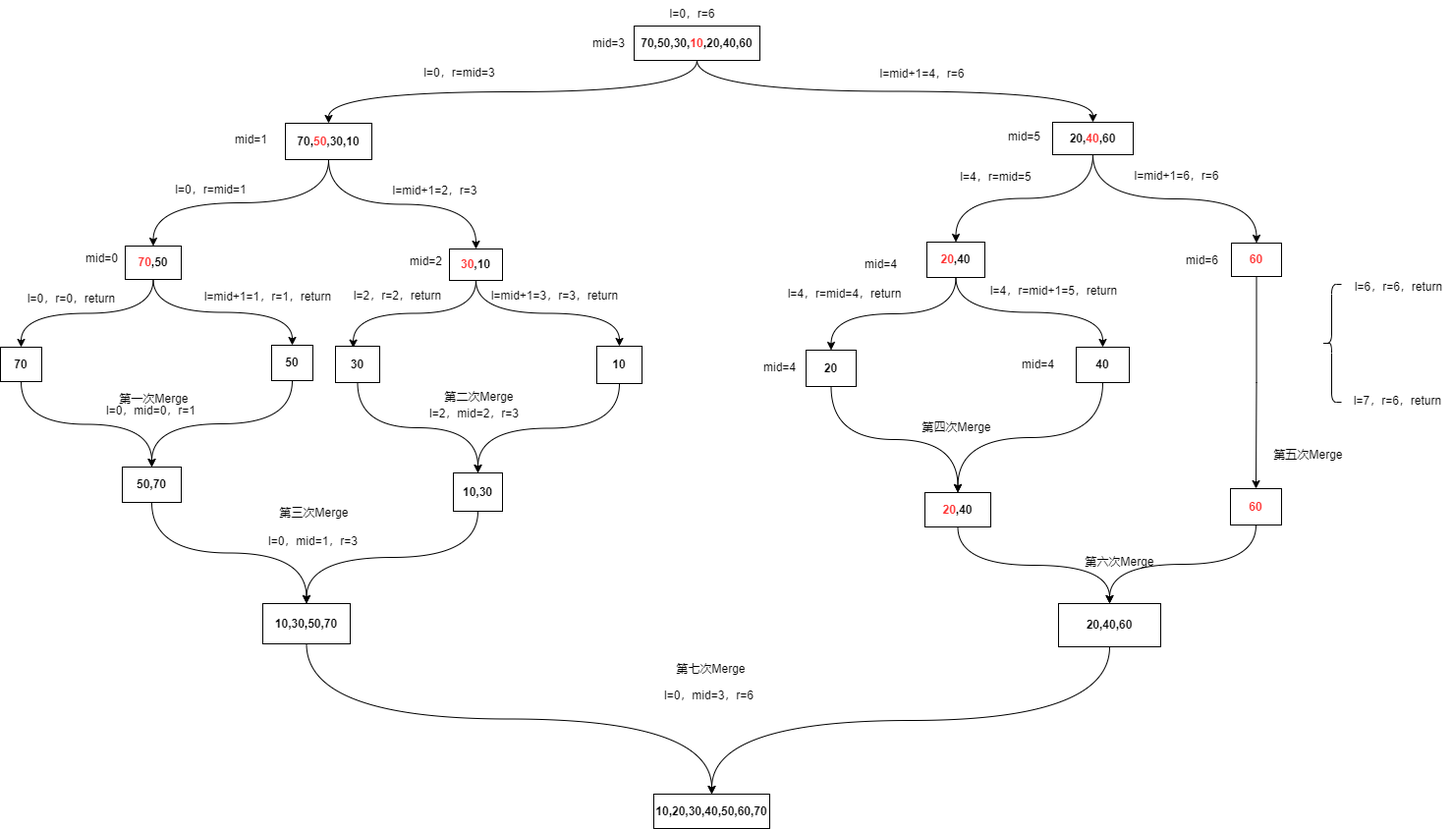
Before: AlgorithmsAndDataStructures/归并算法.drawio.png, a diagram exported from draw.io (wjb0823/drawio). Source tidied: cells renumbered, new cells last; positions are measured from the earlier drawing's top-left corner, leaving out a move shared by most shapes.
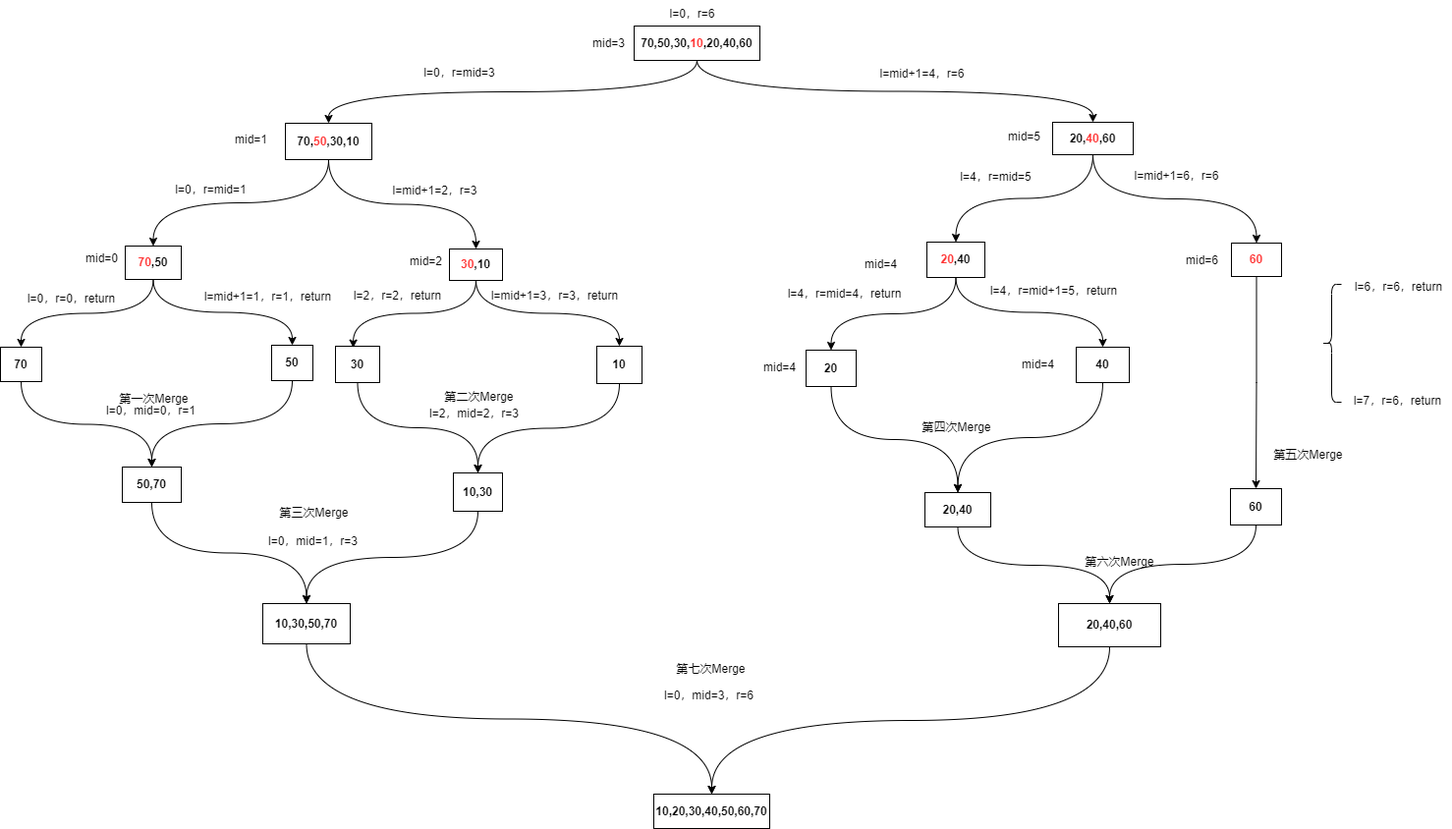
After the commit.

Commit message:
更新归并算法.drawio.png

Change to the diagram source:
```diff
@@ -203,7 +203,7 @@
     <mxCell id="68" style="edgeStyle=orthogonalEdgeStyle;rounded=0;jettySize=auto;html=1;entryX=0.5;entryY=0;entryDx=0;entryDy=0;exitX=0.5;exitY=1;exitDx=0;exitDy=0;curved=1;" parent="1" edge="1" source="69" target="75">
       <mxGeometry relative="1" as="geometry" />
     </mxCell>
-    <mxCell id="69" value="&lt;b&gt;&lt;font color=&quot;#ff3333&quot;&gt;20&lt;/font&gt;,40&lt;/b&gt;" style="rounded=0;whiteSpace=wrap;html=1;" parent="1" vertex="1">
+    <mxCell id="69" value="&lt;b&gt;20,40&lt;/b&gt;" style="rounded=0;whiteSpace=wrap;html=1;" parent="1" vertex="1">
       <mxGeometry x="941" y="501" width="67" height="35" as="geometry" />
     </mxCell>
     <mxCell id="70" value="第四次Merge" style="text;html=1;align=center;verticalAlign=middle;strokeColor=none;fillColor=none;" parent="1" vertex="1">
@@ -212,7 +212,7 @@
     <mxCell id="71" style="edgeStyle=orthogonalEdgeStyle;rounded=0;jettySize=auto;html=1;exitX=0.5;exitY=1;exitDx=0;exitDy=0;curved=1;entryX=0.5;entryY=0;entryDx=0;entryDy=0;" parent="1" edge="1" source="72" target="75">
       <mxGeometry relative="1" as="geometry" />
     </mxCell>
-    <mxCell id="72" value="&lt;b&gt;&lt;font color=&quot;#ff3333&quot;&gt;60&lt;/font&gt;&lt;/b&gt;" style="rounded=0;whiteSpace=wrap;html=1;" parent="1" vertex="1">
+    <mxCell id="72" value="&lt;b&gt;60&lt;/b&gt;" style="rounded=0;whiteSpace=wrap;html=1;" parent="1" vertex="1">
       <mxGeometry x="1252" y="497" width="52" height="37" as="geometry" />
     </mxCell>
     <mxCell id="73" value="第五次Merge" style="text;html=1;align=center;verticalAlign=middle;strokeColor=none;fillColor=none;" parent="1" vertex="1">
```
